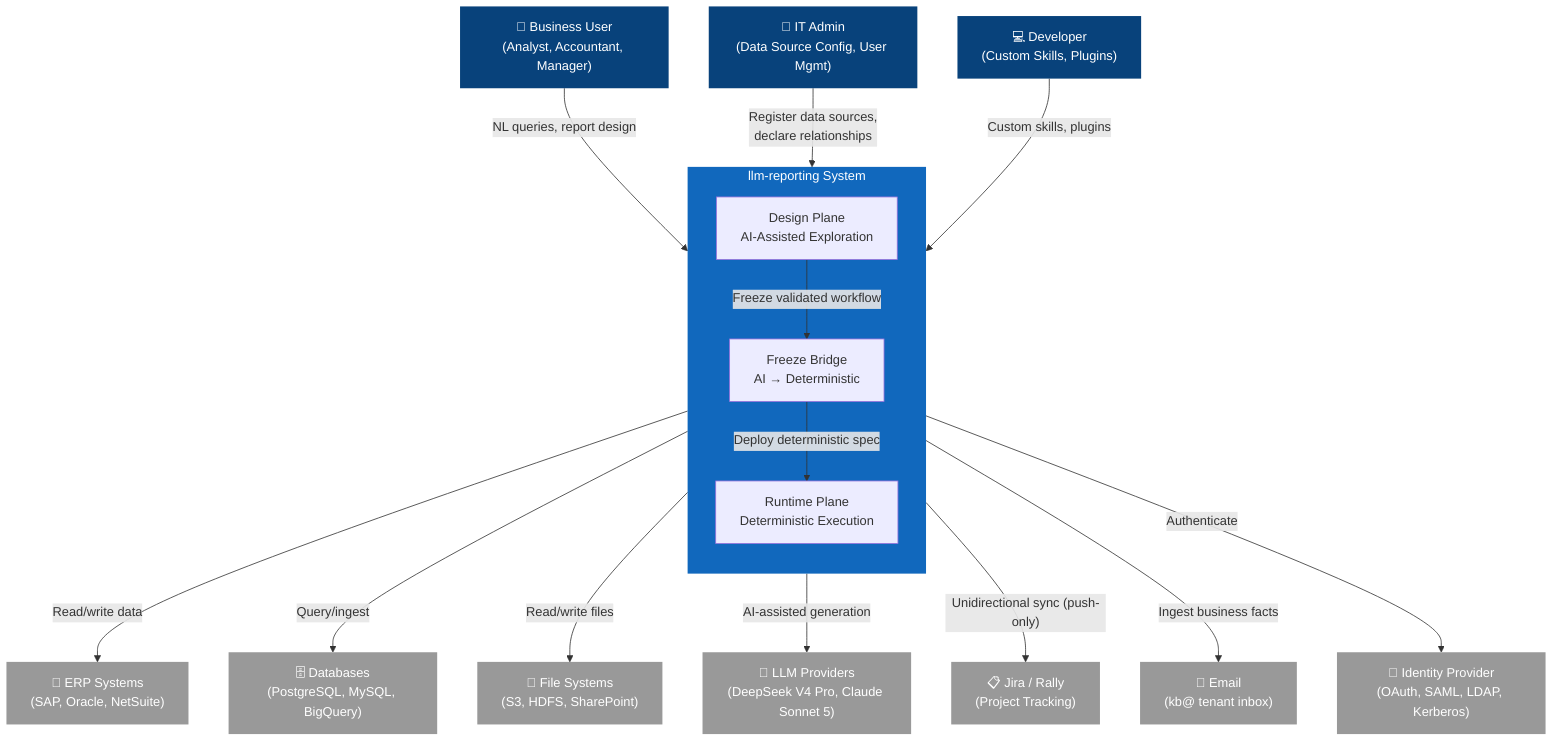
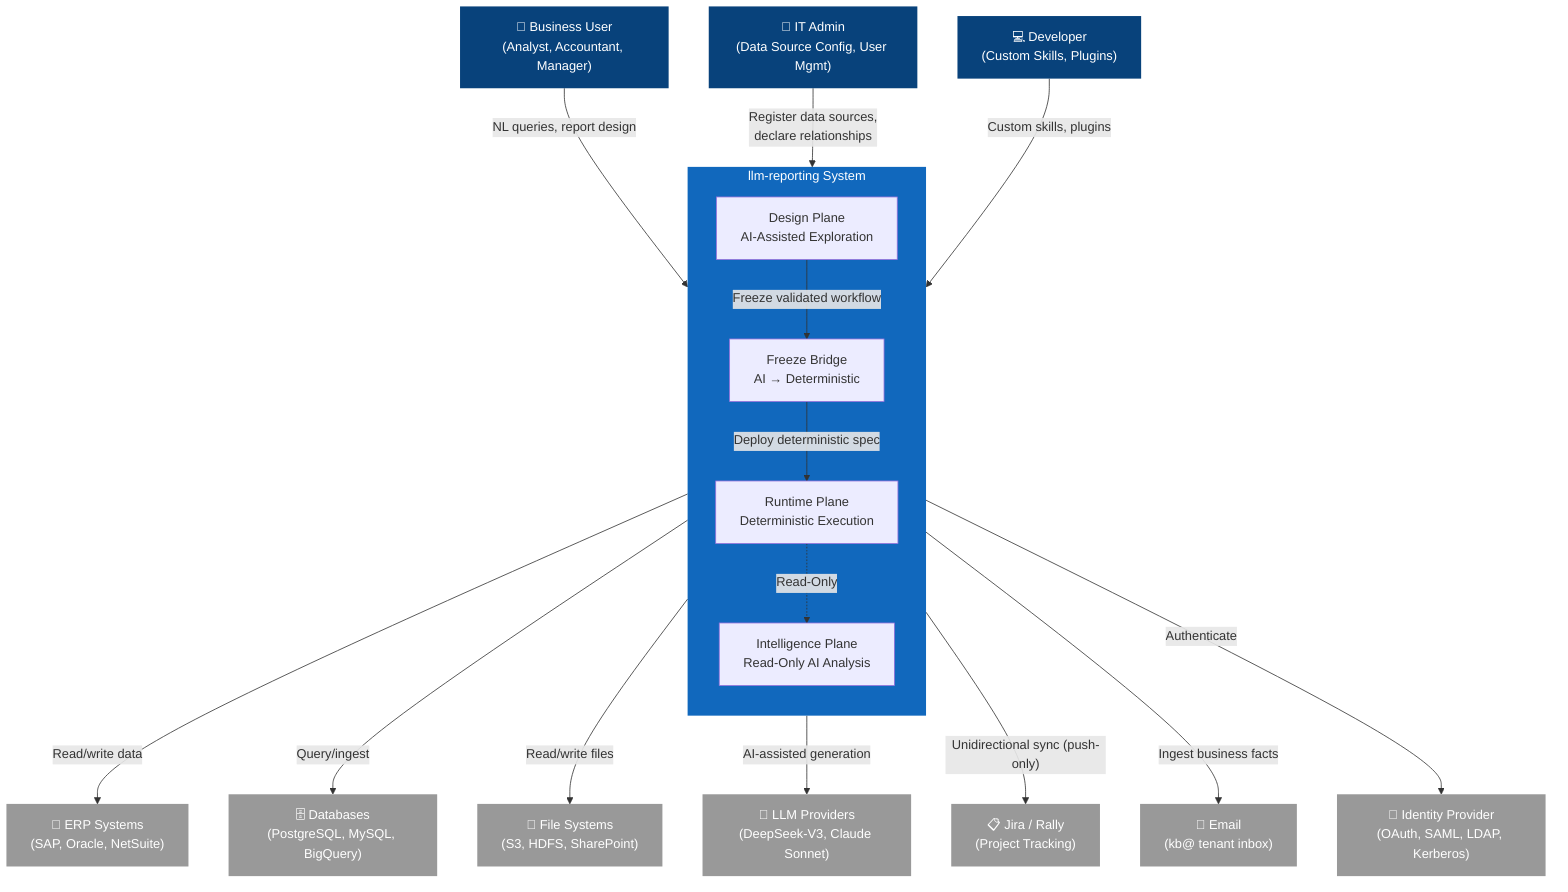
graph TB
%% C4 System Context Diagram — llm-reporting
%% See docs/architecture/c4-model.md (§15) for full textual description
    User["👤 Business User<br/>(Analyst, Accountant, Manager)"]
    Admin["🔧 IT Admin<br/>(Data Source Config, User Mgmt)"]
    Developer["💻 Developer<br/>(Custom Skills, Plugins)"]

    subgraph System["llm-reporting System"]
        direction TB
        DP["Design Plane<br/>AI-Assisted Exploration"]
        FB["Freeze Bridge<br/>AI → Deterministic"]
        RP["Runtime Plane<br/>Deterministic Execution"]
+         IP["Intelligence Plane<br/>Read-Only AI Analysis"]
    end

    ERP["🏢 ERP Systems<br/>(SAP, Oracle, NetSuite)"]
    DB["🗄️ Databases<br/>(PostgreSQL, MySQL, BigQuery)"]
    FS["📁 File Systems<br/>(S3, HDFS, SharePoint)"]
-     LLM["🤖 LLM Providers<br/>(DeepSeek V4 Pro, Claude Sonnet 5)"]
+     LLM["🤖 LLM Providers<br/>(DeepSeek-V3, Claude Sonnet)"]
    Jira["📋 Jira / Rally<br/>(Project Tracking)"]
    Email["📧 Email<br/>(kb@ tenant inbox)"]
    Auth["🔐 Identity Provider<br/>(OAuth, SAML, LDAP, Kerberos)"]

    User -->|"NL queries, report design"| DP
    Admin -->|"Register data sources,<br/>declare relationships"| DP
    Developer -->|"Custom skills, plugins"| DP

    DP -->|"Freeze validated workflow"| FB
    FB -->|"Deploy deterministic spec"| RP
+     RP -.->|"Read-Only"| IP

    RP -->|"Read/write data"| ERP
    RP -->|"Query/ingest"| DB
    RP -->|"Read/write files"| FS

    DP -->|"AI-assisted generation"| LLM
    FB -->|"Unidirectional sync (push-only)"| Jira
    FB -->|"Ingest business facts"| Email

    System -->|"Authenticate"| Auth

    classDef person fill:#08427b,color:#fff,stroke:none
    classDef system fill:#1168bd,color:#fff,stroke:none
    classDef external fill:#999,color:#fff,stroke:none

    class User,Admin,Developer person
    class System system
    class ERP,DB,FS,LLM,Jira,Email,Auth external
